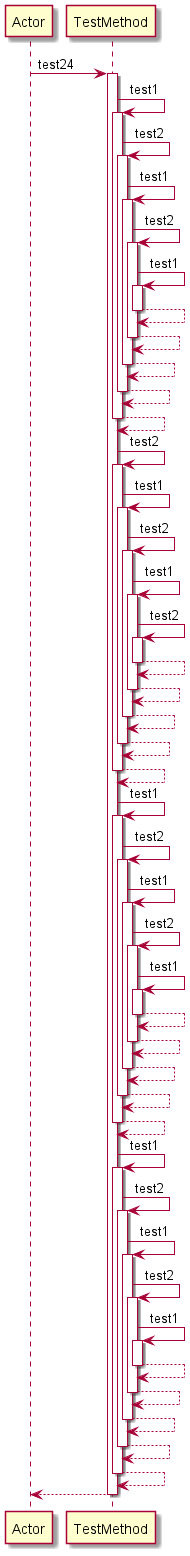
The PlantUML diagram Diagrams/DEEP/test24.png in manucapo/Gardener, before a commit. The source it was exported from:
```plantuml
@startuml
participant Actor
Actor -> TestMethod: test24
activate TestMethod
TestMethod -> TestMethod: test1
activate TestMethod
TestMethod -> TestMethod: test2
activate TestMethod
TestMethod -> TestMethod: test1
activate TestMethod
TestMethod -> TestMethod: test2
activate TestMethod
TestMethod -> TestMethod: test1
activate TestMethod
TestMethod-->TestMethod
deactivate TestMethod
TestMethod-->TestMethod
deactivate TestMethod
TestMethod-->TestMethod
deactivate TestMethod
TestMethod-->TestMethod
deactivate TestMethod
TestMethod-->TestMethod
deactivate TestMethod
TestMethod -> TestMethod: test2
activate TestMethod
TestMethod -> TestMethod: test1
activate TestMethod
TestMethod -> TestMethod: test2
activate TestMethod
TestMethod -> TestMethod: test1
activate TestMethod
TestMethod -> TestMethod: test2
activate TestMethod
TestMethod-->TestMethod
deactivate TestMethod
TestMethod-->TestMethod
deactivate TestMethod
TestMethod-->TestMethod
deactivate TestMethod
TestMethod-->TestMethod
deactivate TestMethod
TestMethod-->TestMethod
deactivate TestMethod
TestMethod -> TestMethod: test1
activate TestMethod
TestMethod -> TestMethod: test2
activate TestMethod
TestMethod -> TestMethod: test1
activate TestMethod
TestMethod -> TestMethod: test2
activate TestMethod
TestMethod -> TestMethod: test1
activate TestMethod
TestMethod-->TestMethod
deactivate TestMethod
TestMethod-->TestMethod
deactivate TestMethod
TestMethod-->TestMethod
deactivate TestMethod
TestMethod-->TestMethod
deactivate TestMethod
TestMethod-->TestMethod
deactivate TestMethod
TestMethod -> TestMethod: test1
activate TestMethod
TestMethod -> TestMethod: test2
activate TestMethod
TestMethod -> TestMethod: test1
activate TestMethod
TestMethod -> TestMethod: test2
activate TestMethod
TestMethod -> TestMethod: test1
activate TestMethod
TestMethod-->TestMethod
deactivate TestMethod
TestMethod-->TestMethod
deactivate TestMethod
TestMethod-->TestMethod
deactivate TestMethod
TestMethod-->TestMethod
deactivate TestMethod
TestMethod-->TestMethod
deactivate TestMethod
return
@enduml
```
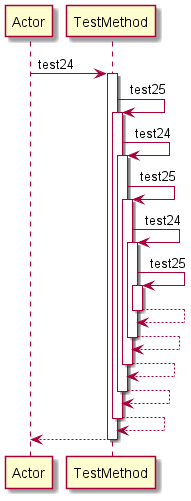
The same diagram one commit later.

The edit, as a diff of the source:
```diff
@@ -2,75 +2,15 @@
 participant Actor
 Actor -> TestMethod: test24
 activate TestMethod
-TestMethod -> TestMethod: test1
+TestMethod -> TestMethod: test25
 activate TestMethod
-TestMethod -> TestMethod: test2
+TestMethod -> TestMethod: test24
 activate TestMethod
-TestMethod -> TestMethod: test1
+TestMethod -> TestMethod: test25
 activate TestMethod
-TestMethod -> TestMethod: test2
+TestMethod -> TestMethod: test24
 activate TestMethod
-TestMethod -> TestMethod: test1
-activate TestMethod
-TestMethod-->TestMethod
-deactivate TestMethod
-TestMethod-->TestMethod
-deactivate TestMethod
-TestMethod-->TestMethod
-deactivate TestMethod
-TestMethod-->TestMethod
-deactivate TestMethod
-TestMethod-->TestMethod
-deactivate TestMethod
-TestMethod -> TestMethod: test2
-activate TestMethod
-TestMethod -> TestMethod: test1
-activate TestMethod
-TestMethod -> TestMethod: test2
-activate TestMethod
-TestMethod -> TestMethod: test1
-activate TestMethod
-TestMethod -> TestMethod: test2
-activate TestMethod
-TestMethod-->TestMethod
-deactivate TestMethod
-TestMethod-->TestMethod
-deactivate TestMethod
-TestMethod-->TestMethod
-deactivate TestMethod
-TestMethod-->TestMethod
-deactivate TestMethod
-TestMethod-->TestMethod
-deactivate TestMethod
-TestMethod -> TestMethod: test1
-activate TestMethod
-TestMethod -> TestMethod: test2
-activate TestMethod
-TestMethod -> TestMethod: test1
-activate TestMethod
-TestMethod -> TestMethod: test2
-activate TestMethod
-TestMethod -> TestMethod: test1
-activate TestMethod
-TestMethod-->TestMethod
-deactivate TestMethod
-TestMethod-->TestMethod
-deactivate TestMethod
-TestMethod-->TestMethod
-deactivate TestMethod
-TestMethod-->TestMethod
-deactivate TestMethod
-TestMethod-->TestMethod
-deactivate TestMethod
-TestMethod -> TestMethod: test1
-activate TestMethod
-TestMethod -> TestMethod: test2
-activate TestMethod
-TestMethod -> TestMethod: test1
-activate TestMethod
-TestMethod -> TestMethod: test2
-activate TestMethod
-TestMethod -> TestMethod: test1
+TestMethod -> TestMethod: test25
 activate TestMethod
 TestMethod-->TestMethod
 deactivate TestMethod
```
